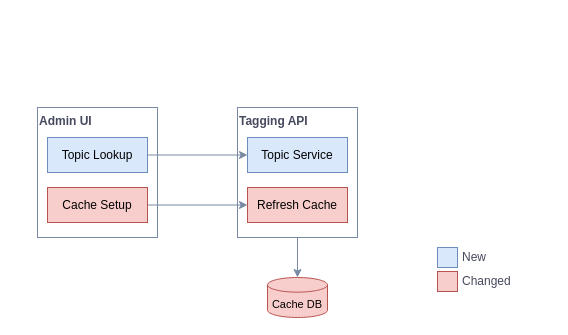
Before: page "Components" (2 of 3) of Untitled Diagram.drawio in naeemullah/MusicStore, a draw.io diagram. Source tidied: cells renumbered, new cells numbered last; positions are measured from the earlier drawing's top-left corner, leaving out a move shared by most shapes. Both pictures are drawn from the tidied source at 100%, with x=0, y=0 at pixel (37, 107).
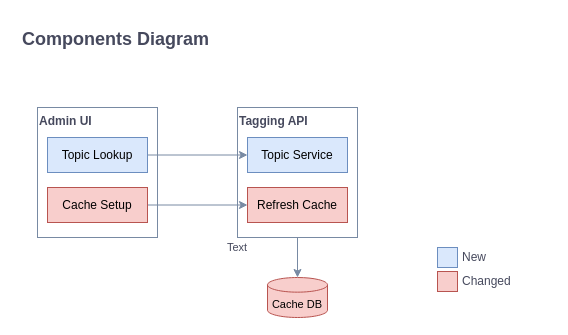
After the change.

Change to the diagram source:
```diff
@@
 <mxGraphModel>
   <root>
     <mxCell id="0" />
     <mxCell id="1" parent="0" />
     <mxCell id="2" style="edgeStyle=orthogonalEdgeStyle;curved=0;rounded=1;sketch=0;jettySize=auto;html=1;strokeColor=#788AA3;fillColor=#B2C9AB;fontSize=12;fontColor=#46495D;" parent="1" edge="1" source="3" target="15">
       <mxGeometry relative="1" as="geometry" />
     </mxCell>
     <mxCell id="3" value="Tagging API" style="rounded=0;whiteSpace=wrap;html=1;sketch=0;strokeColor=#788AA3;fontSize=12;align=left;fontColor=#46495D;verticalAlign=top;fillColor=none;fontStyle=1;" parent="1" vertex="1">
       <mxGeometry x="200" width="120" height="130" as="geometry" />
     </mxCell>
     <mxCell id="4" style="edgeStyle=orthogonalEdgeStyle;curved=0;rounded=1;sketch=0;jettySize=auto;html=1;strokeColor=#788AA3;fillColor=#B2C9AB;fontSize=12;fontColor=#46495D;" parent="1" edge="1" source="6" target="9">
       <mxGeometry relative="1" as="geometry" />
     </mxCell>
     <mxCell id="5" value="Admin UI" style="rounded=0;whiteSpace=wrap;html=1;sketch=0;strokeColor=#788AA3;fontSize=12;align=left;fontColor=#46495D;verticalAlign=top;fillColor=none;fontStyle=1;" parent="1" vertex="1">
       <mxGeometry width="120" height="130" as="geometry" />
     </mxCell>
     <mxCell id="6" value="Cache Setup" style="rounded=0;whiteSpace=wrap;html=1;sketch=0;strokeColor=#b85450;fillColor=#f8cecc;align=center;" parent="1" vertex="1">
       <mxGeometry x="10" y="80" width="100" height="35" as="geometry" />
     </mxCell>
     <mxCell id="7" style="edgeStyle=orthogonalEdgeStyle;curved=0;rounded=1;sketch=0;jettySize=auto;html=1;exitX=1;exitY=0.5;exitDx=0;exitDy=0;strokeColor=#788AA3;fillColor=#B2C9AB;fontColor=#46495D;" parent="1" edge="1" source="8" target="10">
       <mxGeometry relative="1" as="geometry" />
     </mxCell>
     <mxCell id="8" value="Topic Lookup" style="rounded=0;whiteSpace=wrap;html=1;sketch=0;strokeColor=#6c8ebf;fillColor=#dae8fc;align=center;" parent="1" vertex="1">
       <mxGeometry x="10" y="30" width="100" height="35" as="geometry" />
     </mxCell>
     <mxCell id="9" value="Refresh Cache" style="rounded=0;whiteSpace=wrap;html=1;sketch=0;strokeColor=#b85450;fillColor=#f8cecc;align=center;" parent="1" vertex="1">
       <mxGeometry x="210" y="80" width="100" height="35" as="geometry" />
     </mxCell>
     <mxCell id="10" value="Topic Service" style="rounded=0;whiteSpace=wrap;html=1;sketch=0;strokeColor=#6c8ebf;fillColor=#dae8fc;align=center;" parent="1" vertex="1">
       <mxGeometry x="210" y="30" width="100" height="35" as="geometry" />
     </mxCell>
     <mxCell id="11" style="rounded=0;whiteSpace=wrap;html=1;sketch=0;strokeColor=#6c8ebf;fillColor=#dae8fc;align=center;" parent="1" vertex="1">
       <mxGeometry x="400" y="140" width="20" height="20" as="geometry" />
     </mxCell>
     <mxCell id="12" style="rounded=0;whiteSpace=wrap;html=1;sketch=0;strokeColor=#b85450;fillColor=#f8cecc;align=center;" parent="1" vertex="1">
       <mxGeometry x="400" y="164" width="20" height="20" as="geometry" />
     </mxCell>
     <mxCell id="13" value="New" style="text;html=1;strokeColor=none;fillColor=none;align=left;verticalAlign=middle;whiteSpace=wrap;rounded=0;sketch=0;fontColor=#46495D;" parent="1" vertex="1">
       <mxGeometry x="423" y="140" width="90" height="20" as="geometry" />
     </mxCell>
     <mxCell id="14" value="Changed" style="text;html=1;strokeColor=none;fillColor=none;align=left;verticalAlign=middle;whiteSpace=wrap;rounded=0;sketch=0;fontColor=#46495D;" parent="1" vertex="1">
       <mxGeometry x="423" y="164" width="90" height="20" as="geometry" />
     </mxCell>
     <mxCell id="15" value="Cache DB" style="shape=cylinder3;whiteSpace=wrap;html=1;boundedLbl=1;backgroundOutline=1;size=7.333343505859375;rounded=0;sketch=0;strokeColor=#b85450;fillColor=#f8cecc;align=center;fontSize=11;" parent="1" vertex="1">
       <mxGeometry x="230" y="170" width="60" height="40" as="geometry" />
     </mxCell>
+    <mxCell id="16" value="Text" style="text;html=1;strokeColor=none;fillColor=none;align=center;verticalAlign=middle;whiteSpace=wrap;rounded=0;sketch=0;fontSize=11;fontColor=#46495D;" parent="1" vertex="1">
+      <mxGeometry x="180" y="130" width="40" height="20" as="geometry" />
+    </mxCell>
+    <mxCell id="17" value="&lt;h1 style=&quot;font-size: 18px&quot;&gt;Components Diagram&lt;/h1&gt;" style="text;html=1;strokeColor=none;fillColor=none;spacing=5;spacingTop=-20;whiteSpace=wrap;overflow=hidden;rounded=0;sketch=0;fontSize=11;fontColor=#46495D;align=left;" parent="1" vertex="1">
+      <mxGeometry x="-20" y="-80" width="210" height="40" as="geometry" />
+    </mxCell>
   </root>
 </mxGraphModel>
```
